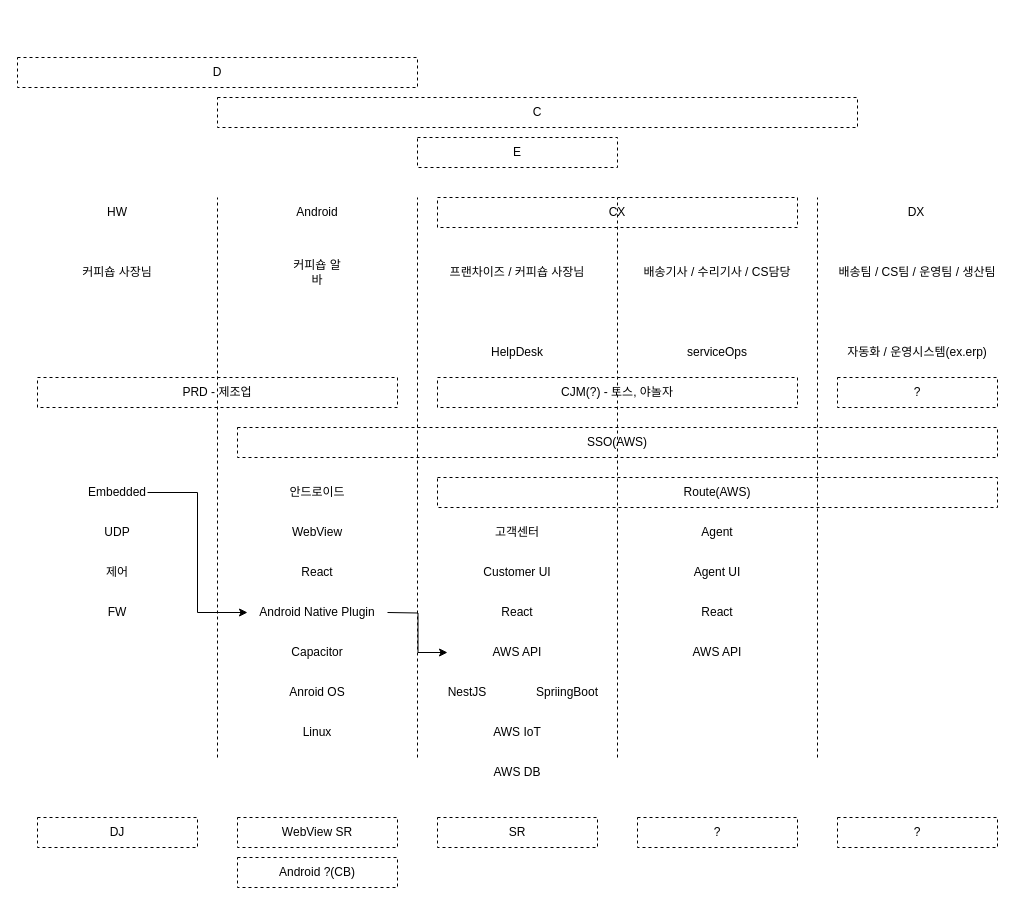
Above: 제목 없는 다이어그램.drawio in devchan64/note (draw.io), before the change. Source tidied: cells renumbered, new cells numbered last; positions are measured from the earlier drawing's top-left corner, leaving out a move shared by most shapes. Both pictures are drawn from the tidied source at 100%, with x=0, y=0 at pixel (17, 57).
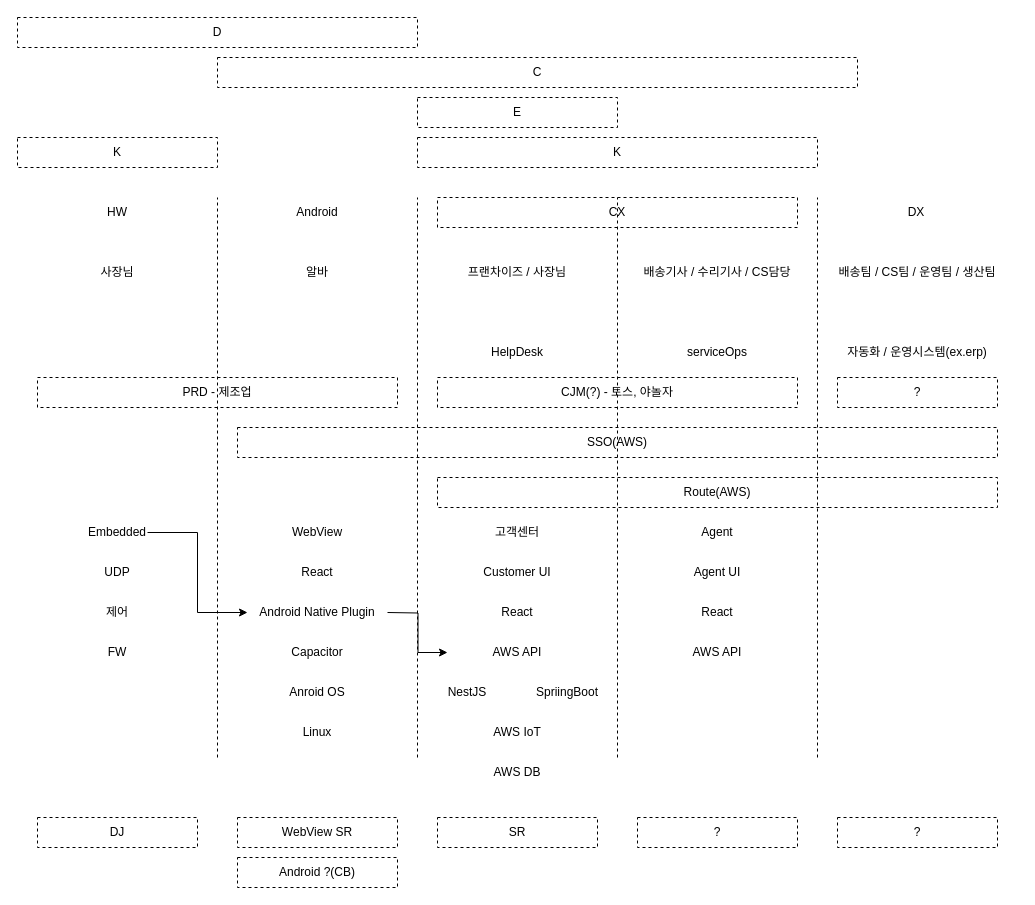
Above is the later version.

Commit message (it also covers changes not shown here):
제목 없는 다이어그램.drawio 업데이트

What changed in the source:
```diff
@@
     <mxCell id="6" value="Embedded" style="text;html=1;align=center;verticalAlign=middle;whiteSpace=wrap;rounded=0;" parent="1" vertex="1">
-      <mxGeometry x="70" y="420" width="60" height="30" as="geometry" />
+      <mxGeometry x="70" y="460" width="60" height="30" as="geometry" />
     </mxCell>
-    <mxCell id="7" value="안드로이드" style="text;html=1;align=center;verticalAlign=middle;whiteSpace=wrap;rounded=0;" parent="1" vertex="1">
-      <mxGeometry x="270" y="420" width="60" height="30" as="geometry" />
-    </mxCell>
@@
     <mxCell id="35" value="UDP" style="text;html=1;align=center;verticalAlign=middle;whiteSpace=wrap;rounded=0;" parent="1" vertex="1">
-      <mxGeometry x="70" y="460" width="60" height="30" as="geometry" />
+      <mxGeometry x="70" y="500" width="60" height="30" as="geometry" />
     </mxCell>
     <mxCell id="36" value="제어" style="text;html=1;align=center;verticalAlign=middle;whiteSpace=wrap;rounded=0;" parent="1" vertex="1">
-      <mxGeometry x="70" y="500" width="60" height="30" as="geometry" />
+      <mxGeometry x="70" y="540" width="60" height="30" as="geometry" />
     </mxCell>
     <mxCell id="37" value="FW" style="text;html=1;align=center;verticalAlign=middle;whiteSpace=wrap;rounded=0;" parent="1" vertex="1">
-      <mxGeometry x="70" y="540" width="60" height="30" as="geometry" />
+      <mxGeometry x="70" y="580" width="60" height="30" as="geometry" />
     </mxCell>
@@
     <mxCell id="42" value="D" style="text;html=1;align=center;verticalAlign=middle;whiteSpace=wrap;rounded=0;dashed=1;strokeColor=default;" parent="1" vertex="1">
-      <mxGeometry width="400" height="30" as="geometry" />
+      <mxGeometry y="-40" width="400" height="30" as="geometry" />
     </mxCell>
     <mxCell id="43" value="C" style="text;html=1;align=center;verticalAlign=middle;whiteSpace=wrap;rounded=0;dashed=1;strokeColor=default;" parent="1" vertex="1">
-      <mxGeometry x="200" y="40" width="640" height="30" as="geometry" />
+      <mxGeometry x="200" width="640" height="30" as="geometry" />
     </mxCell>
     <mxCell id="44" value="E" style="text;html=1;align=center;verticalAlign=middle;whiteSpace=wrap;rounded=0;dashed=1;strokeColor=default;" parent="1" vertex="1">
-      <mxGeometry x="400" y="80" width="200" height="30" as="geometry" />
+      <mxGeometry x="400" y="40" width="200" height="30" as="geometry" />
     </mxCell>
@@
-    <mxCell id="52" value="커피숍 사장님" style="text;html=1;align=center;verticalAlign=middle;whiteSpace=wrap;rounded=0;" parent="1" vertex="1">
+    <mxCell id="52" value="사장님" style="text;html=1;align=center;verticalAlign=middle;whiteSpace=wrap;rounded=0;" parent="1" vertex="1">
       <mxGeometry x="55" y="200" width="90" height="30" as="geometry" />
     </mxCell>
-    <mxCell id="53" value="커피숍 알바" style="text;html=1;align=center;verticalAlign=middle;whiteSpace=wrap;rounded=0;" parent="1" vertex="1">
+    <mxCell id="53" value="알바" style="text;html=1;align=center;verticalAlign=middle;whiteSpace=wrap;rounded=0;" parent="1" vertex="1">
       <mxGeometry x="270" y="200" width="60" height="30" as="geometry" />
     </mxCell>
-    <mxCell id="54" value="프랜차이즈 / 커피숍 사장님" style="text;html=1;align=center;verticalAlign=middle;whiteSpace=wrap;rounded=0;" parent="1" vertex="1">
+    <mxCell id="54" value="프랜차이즈 / 사장님" style="text;html=1;align=center;verticalAlign=middle;whiteSpace=wrap;rounded=0;" parent="1" vertex="1">
       <mxGeometry x="420" y="200" width="160" height="30" as="geometry" />
     </mxCell>
@@
+    <mxCell id="57" value="K" style="text;html=1;align=center;verticalAlign=middle;whiteSpace=wrap;rounded=0;dashed=1;strokeColor=default;" parent="1" vertex="1">
+      <mxGeometry x="400" y="80" width="400" height="30" as="geometry" />
+    </mxCell>
+    <mxCell id="58" value="K" style="text;html=1;align=center;verticalAlign=middle;whiteSpace=wrap;rounded=0;dashed=1;strokeColor=default;" parent="1" vertex="1">
+      <mxGeometry y="80" width="200" height="30" as="geometry" />
+    </mxCell>
```
